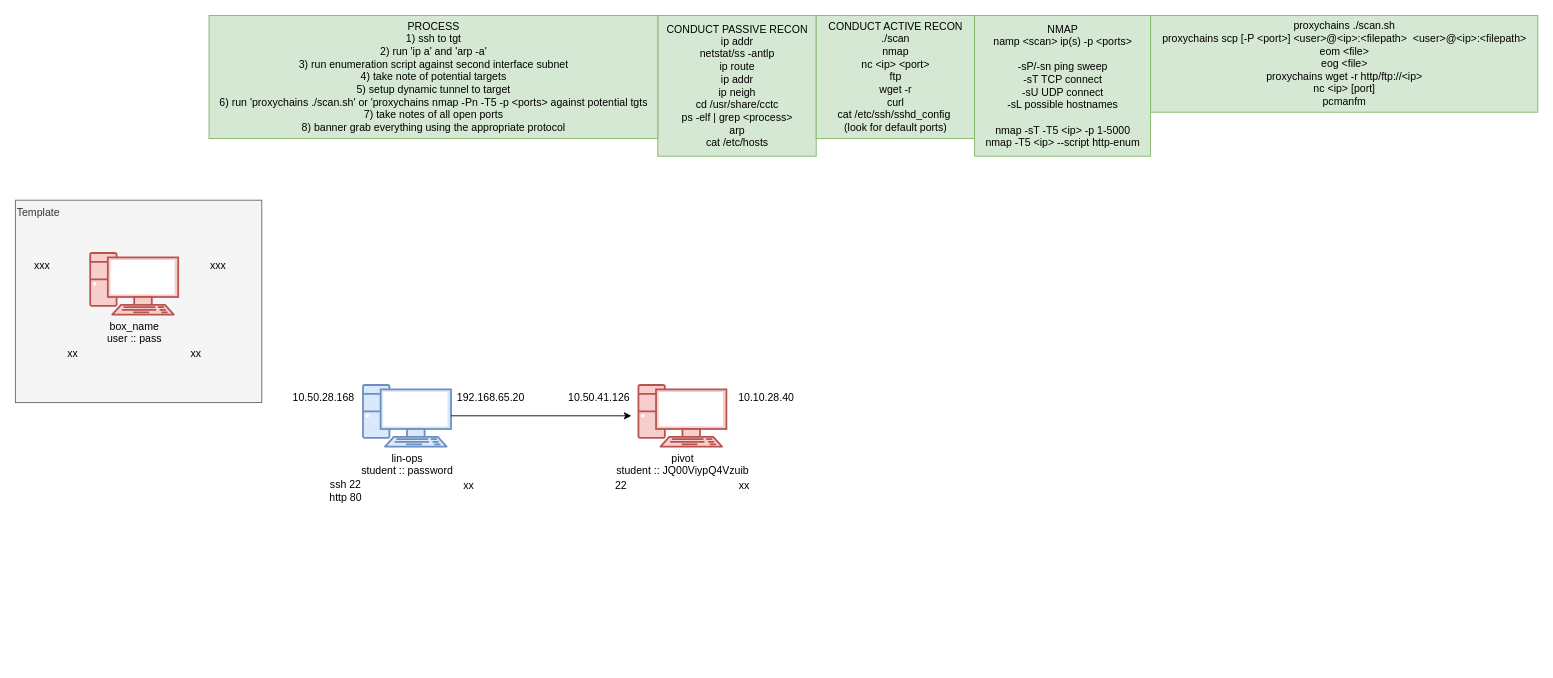
Earlier version of the draw.io diagram CCTC/SEC/Day_9/Exercise/Win_Priv.drawio (wifi96h/new). Source tidied: cells renumbered, new cells numbered last; positions are measured from the earlier drawing's top-left corner, leaving out a move shared by most shapes. Both pictures are drawn from the tidied source at 88%, with x=0, y=0 at pixel (15, 15).
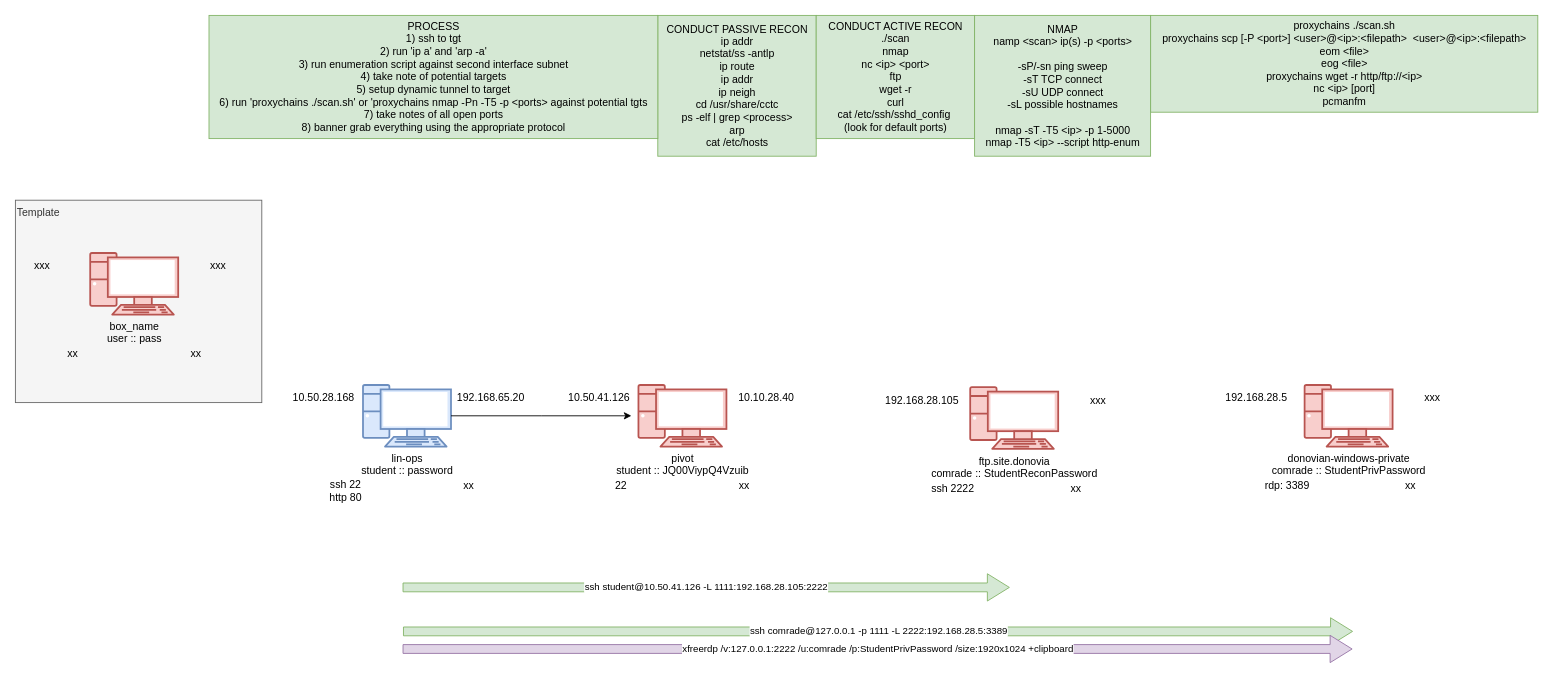
After the change.

The edit, as a diff of the source:
```diff
@@
+    <mxCell id="31" style="group;" parent="1" vertex="1">
+      <mxGeometry x="1390" y="400" width="265" height="150" as="geometry" />
+    </mxCell>
+    <mxCell id="32" style="group;" parent="31" vertex="1">
+      <mxGeometry x="40" width="225" height="150" as="geometry" />
+    </mxCell>
+    <mxCell id="33" style="group;" parent="32" vertex="1">
+      <mxGeometry y="20" width="225" height="130" as="geometry" />
+    </mxCell>
+    <mxCell id="34" value="donovian-windows-private&lt;div&gt;comrade :: StudentPrivPassword&lt;br&gt;&lt;/div&gt;" style="verticalAlign=top;verticalLabelPosition=bottom;labelPosition=center;align=center;html=1;fillColor=#f8cecc;strokeColor=#b85450;gradientDirection=north;strokeWidth=2;shape=mxgraph.networks.pc;" parent="33" vertex="1">
+      <mxGeometry x="35" width="100" height="70" as="geometry" />
+    </mxCell>
+    <mxCell id="35" value="rdp: 3389" style="text;html=1;align=center;verticalAlign=middle;strokeColor=none;fillColor=none;" parent="33" vertex="1">
+      <mxGeometry x="-20" y="100" width="70" height="30" as="geometry" />
+    </mxCell>
+    <mxCell id="36" value="xxx" style="text;html=1;align=center;verticalAlign=middle;strokeColor=none;fillColor=none;" parent="33" vertex="1">
+      <mxGeometry x="160" width="40" height="30" as="geometry" />
+    </mxCell>
+    <mxCell id="37" value="xx" style="text;html=1;align=center;verticalAlign=middle;strokeColor=none;fillColor=none;" parent="33" vertex="1">
+      <mxGeometry x="135" y="100" width="40" height="30" as="geometry" />
+    </mxCell>
+    <mxCell id="38" value="192.168.28.5" style="text;html=1;align=center;verticalAlign=middle;strokeColor=none;fillColor=none;" parent="31" vertex="1">
+      <mxGeometry x="-25" y="20" width="90" height="30" as="geometry" />
+    </mxCell>
+    <mxCell id="39" value="&lt;span style=&quot;color: rgb(0, 0, 0); font-family: Helvetica; font-size: 11px; font-style: normal; font-variant-ligatures: normal; font-variant-caps: normal; font-weight: 400; letter-spacing: normal; orphans: 2; text-align: center; text-indent: 0px; text-transform: none; widows: 2; word-spacing: 0px; -webkit-text-stroke-width: 0px; white-space: nowrap; background-color: rgb(255, 255, 255); text-decoration-thickness: initial; text-decoration-style: initial; text-decoration-color: initial; display: inline !important; float: none;&quot;&gt;ssh student@10.50.41.126 -L 1111:192.168.28.105:2222&lt;/span&gt;" style="edgeStyle=none;orthogonalLoop=1;jettySize=auto;html=1;shape=flexArrow;rounded=1;startSize=8;endSize=8;fillColor=#d5e8d4;strokeColor=#82b366;" parent="1" edge="1">
+      <mxGeometry relative="1" as="geometry">
+        <mxPoint x="440" y="650" as="sourcePoint" />
+        <mxPoint x="1130" y="650" as="targetPoint" />
+      </mxGeometry>
+    </mxCell>
+    <mxCell id="40" style="group;" parent="1" vertex="1">
+      <mxGeometry x="1010" y="402.5" width="265" height="150" as="geometry" />
+    </mxCell>
+    <mxCell id="41" style="group;" parent="40" vertex="1">
+      <mxGeometry x="40" width="225" height="150" as="geometry" />
+    </mxCell>
+    <mxCell id="42" style="group;" parent="41" vertex="1">
+      <mxGeometry y="20" width="225" height="130" as="geometry" />
+    </mxCell>
+    <mxCell id="43" value="&lt;div&gt;ftp.site.donovia&lt;/div&gt;&lt;div&gt;comrade :: StudentReconPassword&lt;br&gt;&lt;/div&gt;" style="verticalAlign=top;verticalLabelPosition=bottom;labelPosition=center;align=center;html=1;fillColor=#f8cecc;strokeColor=#b85450;gradientDirection=north;strokeWidth=2;shape=mxgraph.networks.pc;" parent="42" vertex="1">
+      <mxGeometry x="35" width="100" height="70" as="geometry" />
+    </mxCell>
+    <mxCell id="44" value="ssh 2222" style="text;html=1;align=center;verticalAlign=middle;strokeColor=none;fillColor=none;" parent="42" vertex="1">
+      <mxGeometry x="-20" y="100" width="70" height="30" as="geometry" />
+    </mxCell>
+    <mxCell id="45" value="xxx" style="text;html=1;align=center;verticalAlign=middle;strokeColor=none;fillColor=none;" parent="42" vertex="1">
+      <mxGeometry x="160" width="40" height="30" as="geometry" />
+    </mxCell>
+    <mxCell id="46" value="xx" style="text;html=1;align=center;verticalAlign=middle;strokeColor=none;fillColor=none;" parent="42" vertex="1">
+      <mxGeometry x="135" y="100" width="40" height="30" as="geometry" />
+    </mxCell>
+    <mxCell id="47" value="192.168.28.105" style="text;html=1;align=center;verticalAlign=middle;strokeColor=none;fillColor=none;" parent="40" vertex="1">
+      <mxGeometry x="-35" y="20" width="110" height="30" as="geometry" />
+    </mxCell>
+    <mxCell id="48" value="&lt;span style=&quot;color: rgb(0, 0, 0); font-family: Helvetica; font-size: 11px; font-style: normal; font-variant-ligatures: normal; font-variant-caps: normal; font-weight: 400; letter-spacing: normal; orphans: 2; text-align: center; text-indent: 0px; text-transform: none; widows: 2; word-spacing: 0px; -webkit-text-stroke-width: 0px; white-space: nowrap; background-color: rgb(255, 255, 255); text-decoration-thickness: initial; text-decoration-style: initial; text-decoration-color: initial; display: inline !important; float: none;&quot;&gt;ssh comrade@127.0.0.1 -p 1111 -L 2222:192.168.28.5:3389&lt;/span&gt;" style="edgeStyle=none;orthogonalLoop=1;jettySize=auto;html=1;shape=flexArrow;rounded=1;startSize=8;endSize=8;fillColor=#d5e8d4;strokeColor=#82b366;" parent="1" edge="1">
+      <mxGeometry relative="1" as="geometry">
+        <mxPoint x="440.5" y="700" as="sourcePoint" />
+        <mxPoint x="1520" y="700" as="targetPoint" />
+      </mxGeometry>
+    </mxCell>
+    <mxCell id="49" value="&lt;div&gt;xfreerdp /v:127.0.0.1:2222 /u:comrade /p:StudentPrivPassword /size:1920x1024 +clipboard&lt;/div&gt;" style="edgeStyle=none;orthogonalLoop=1;jettySize=auto;html=1;shape=flexArrow;rounded=1;startSize=8;endSize=8;fillColor=#e1d5e7;strokeColor=#9673a6;" parent="1" edge="1">
+      <mxGeometry relative="1" as="geometry">
+        <mxPoint x="440" y="720" as="sourcePoint" />
+        <mxPoint x="1519.5" y="720" as="targetPoint" />
+      </mxGeometry>
+    </mxCell>
```
